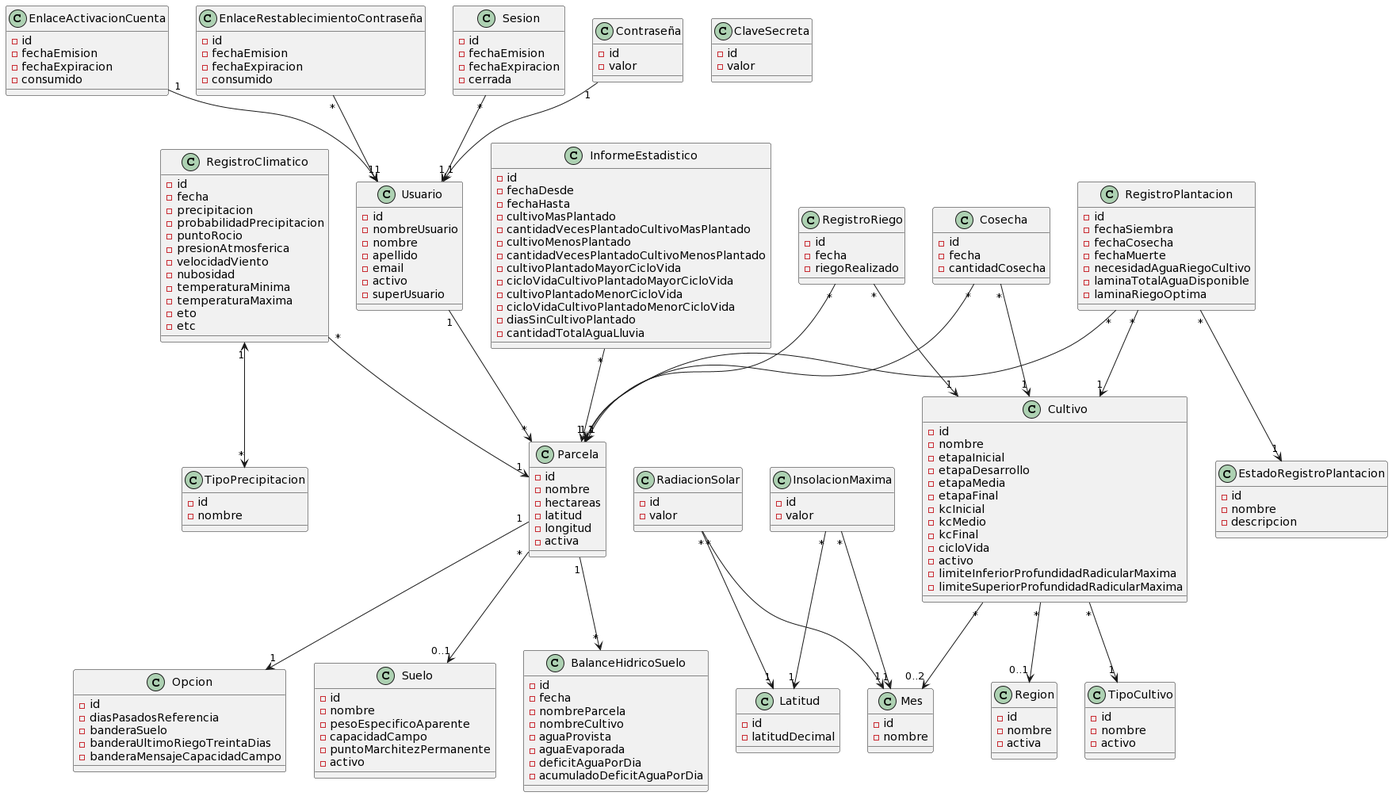
facundopaez-dev/sistema-web-riego keeps this PlantUML diagram as docs/domain model/Modelo de dominio.png. Above is the earlier version.
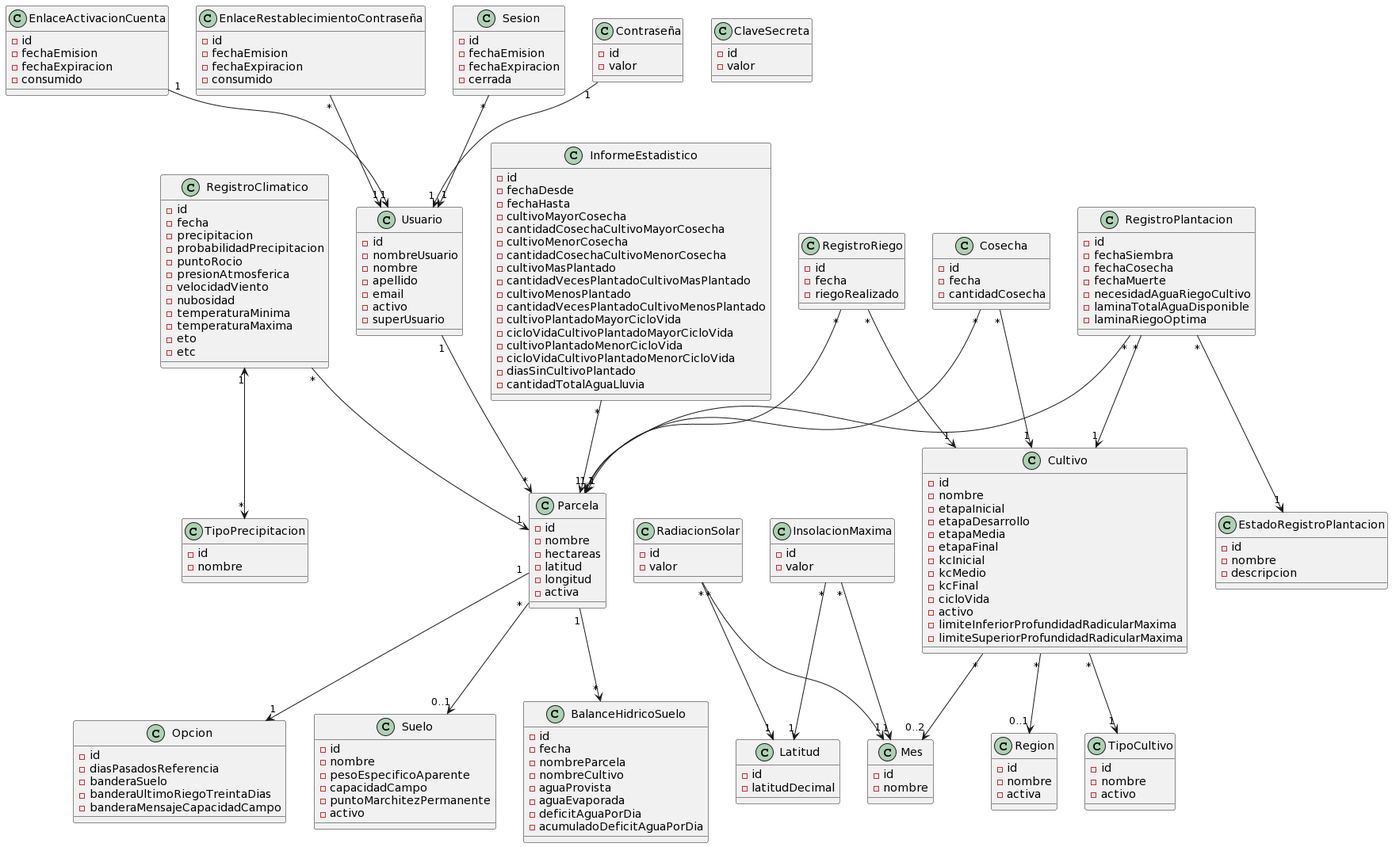
Above is the later version.

Diff of the diagram source:
```diff
@@ -44,6 +44,10 @@
 -id
 -fechaDesde
 -fechaHasta
+-cultivoMayorCosecha
+-cantidadCosechaCultivoMayorCosecha
+-cultivoMenorCosecha
+-cantidadCosechaCultivoMenorCosecha
 -cultivoMasPlantado
 -cantidadVecesPlantadoCultivoMasPlantado
 -cultivoMenosPlantado
```
